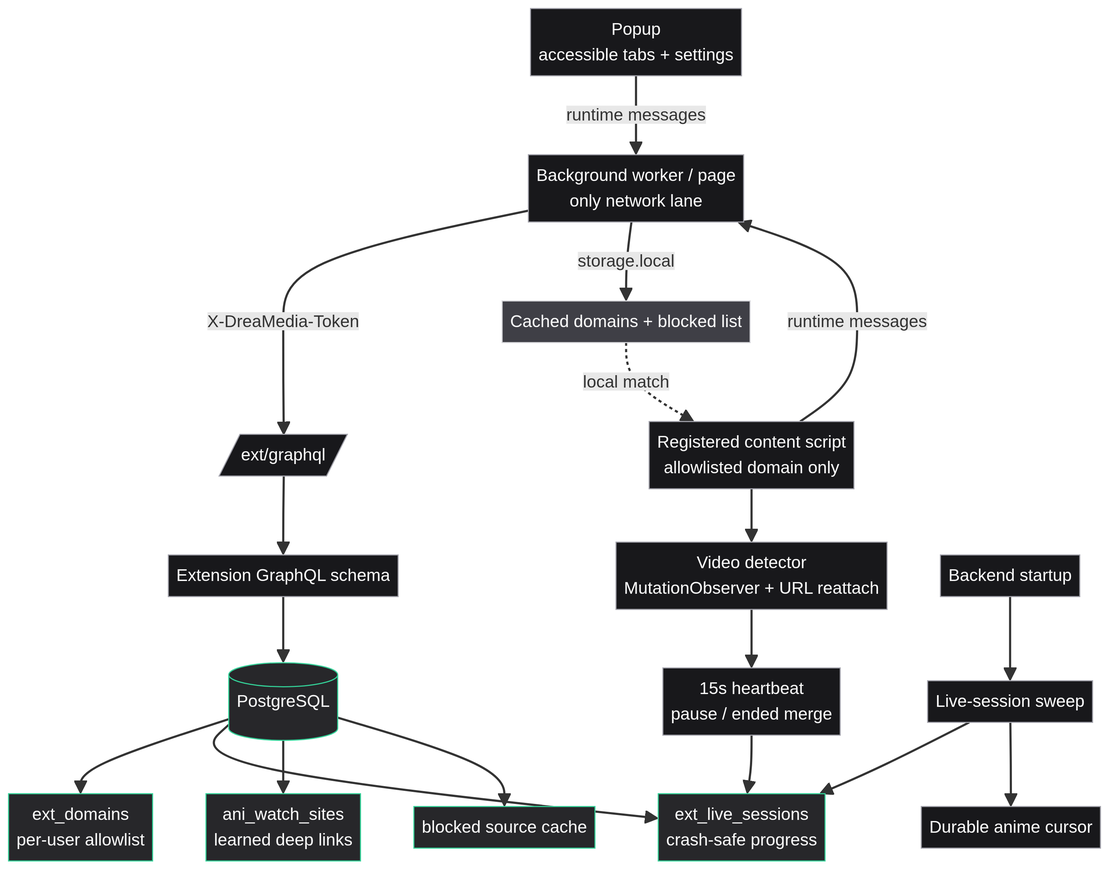
Earlier version of the Mermaid export docs/diagrams/extension-internals.png (rigen1048/DreaMedia). Its source is kept beside it as docs/diagrams/extension-internals.mmd. Source of this version:
```mermaid
flowchart TD
    P[Popup\naccessible tabs + settings] -->|runtime messages| BG[Background worker / page\nonly network lane]
    C[Registered content script\nallowlisted domain only] -->|runtime messages| BG
    BG -->|X-DreaMedia-Token| GQL[/ext/graphql/]
    GQL --> S[Extension GraphQL schema]
    S --> D[(PostgreSQL)]
    D --> DOM[ext_domains\nper-user allowlist]
    D --> LIVE[ext_live_sessions\ncrash-safe progress]
    D --> SITE[ani_watch_sites\nlearned deep links]
    D --> BLOCK[blocked source cache]
    BG -->|storage.local| CACHE[Cached domains + blocked list]
    CACHE -. local match .-> C
    C --> V[Video detector\nMutationObserver + URL reattach]
    V --> HB[15s heartbeat\npause / ended merge]
    HB --> LIVE
    BOOT[Backend startup] --> SWEEP[Live-session sweep]
    SWEEP --> LIVE
    SWEEP --> CURSOR[Durable anime cursor]

    classDef core fill:#18181b,stroke:#a1a1aa,color:#fafafa;
    classDef data fill:#27272a,stroke:#34d399,color:#fafafa;
    classDef privacy fill:#3f3f46,stroke:#d4d4d8,color:#fafafa;
    class P,C,BG,GQL,S,V,HB,BOOT,SWEEP,CURSOR core;
    class D,DOM,LIVE,SITE,BLOCK data;
    class CACHE privacy;
```
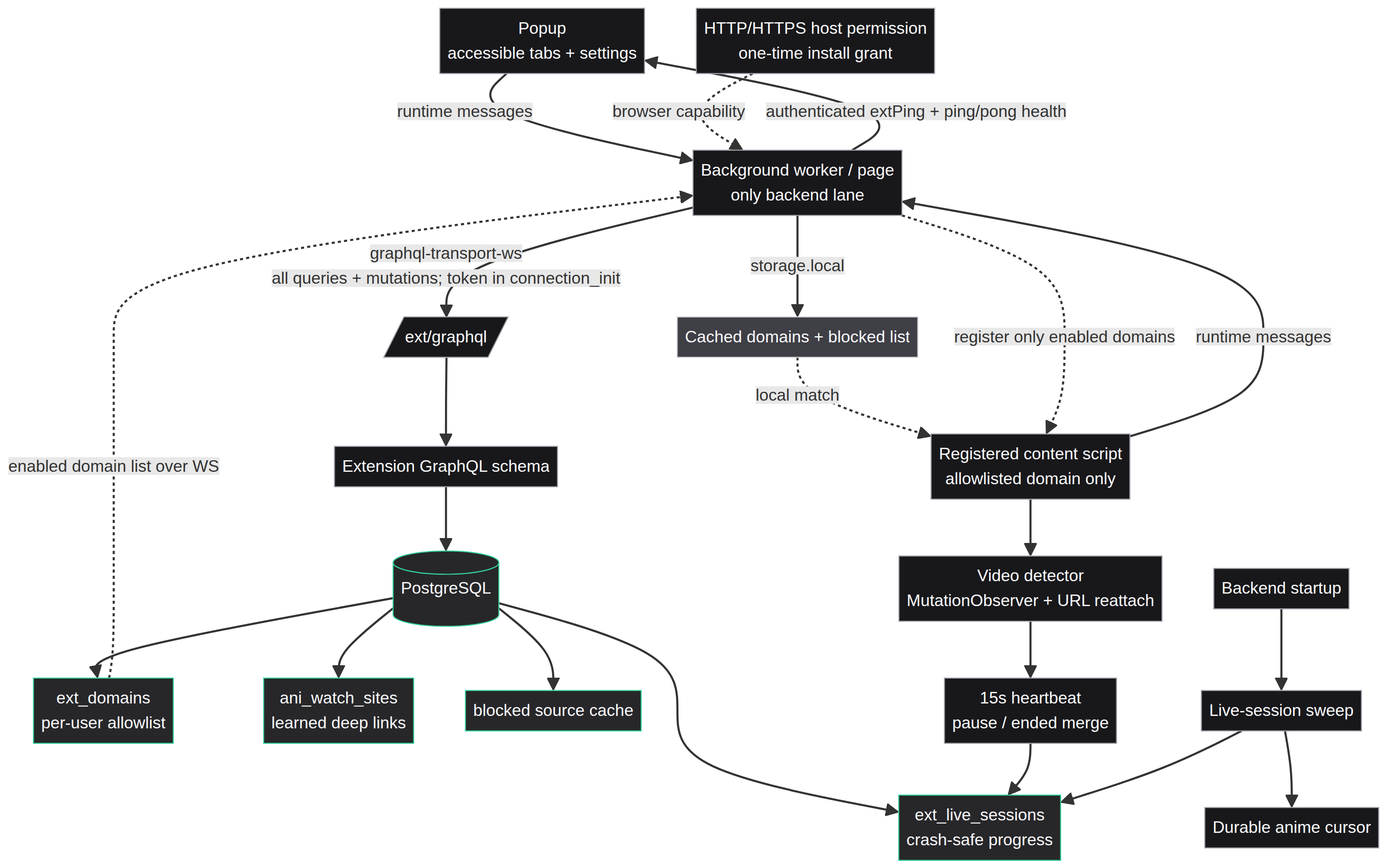
Above is the later version.

The edit, as a diff of the source:
```diff
@@ -1,7 +1,7 @@
 flowchart TD
-    P[Popup\naccessible tabs + settings] -->|runtime messages| BG[Background worker / page\nonly network lane]
+    P[Popup\naccessible tabs + settings] -->|runtime messages| BG[Background worker / page\nonly backend lane]
     C[Registered content script\nallowlisted domain only] -->|runtime messages| BG
-    BG -->|X-DreaMedia-Token| GQL[/ext/graphql/]
+    BG -->|graphql-transport-ws\nall queries + mutations; token in connection_init| GQL[/ext/graphql/]
     GQL --> S[Extension GraphQL schema]
     S --> D[(PostgreSQL)]
     D --> DOM[ext_domains\nper-user allowlist]
@@ -10,6 +10,10 @@
     D --> BLOCK[blocked source cache]
     BG -->|storage.local| CACHE[Cached domains + blocked list]
     CACHE -. local match .-> C
+    HOST[HTTP/HTTPS host permission\none-time install grant] -. browser capability .-> BG
+    DOM -. enabled domain list over WS .-> BG
+    BG -. register only enabled domains .-> C
+    BG -->|authenticated extPing + ping/pong health| P
     C --> V[Video detector\nMutationObserver + URL reattach]
     V --> HB[15s heartbeat\npause / ended merge]
     HB --> LIVE
@@ -20,6 +24,6 @@
     classDef core fill:#18181b,stroke:#a1a1aa,color:#fafafa;
     classDef data fill:#27272a,stroke:#34d399,color:#fafafa;
     classDef privacy fill:#3f3f46,stroke:#d4d4d8,color:#fafafa;
-    class P,C,BG,GQL,S,V,HB,BOOT,SWEEP,CURSOR core;
+    class P,C,BG,GQL,S,V,HB,BOOT,SWEEP,CURSOR,HOST core;
     class D,DOM,LIVE,SITE,BLOCK data;
     class CACHE privacy;
```
